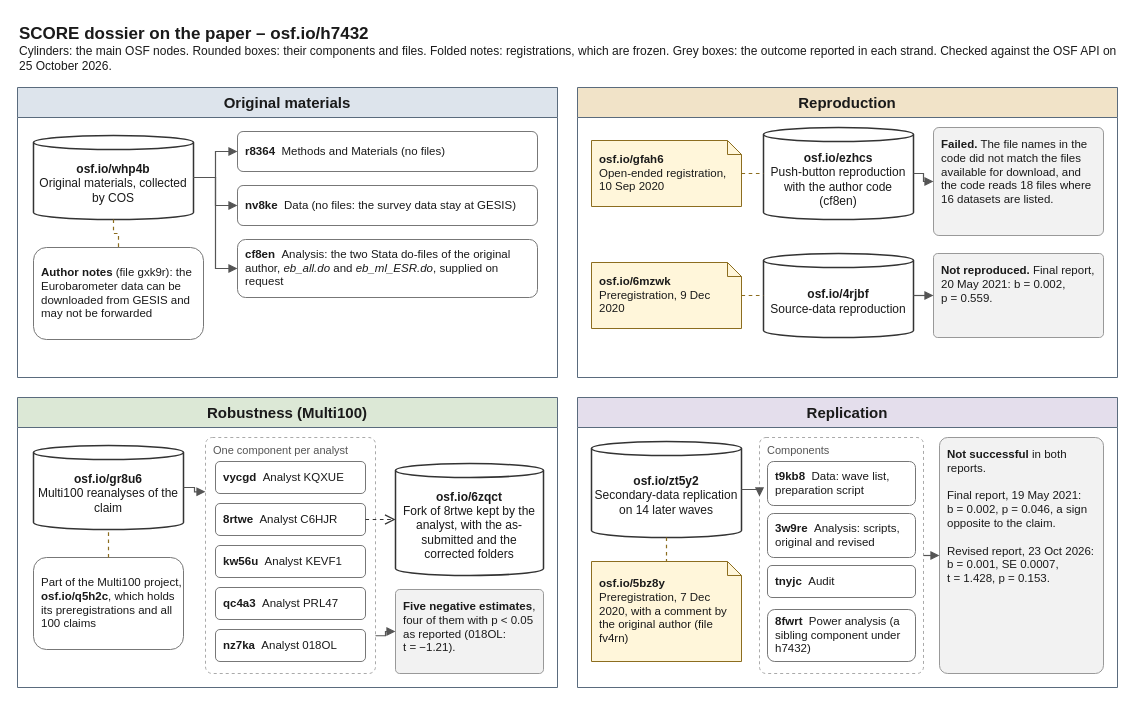
This is assets/diagrams/score-teney-osf.drawio from CodeMoreh/ar4ds-housing, a draw.io file, before an edit. Source tidied: cells renumbered, new cells numbered last; positions are measured from the earlier drawing's top-left corner, leaving out a move shared by most shapes. Both pictures are drawn from the tidied source at 100%, with x=0, y=0 at pixel (17, 17).
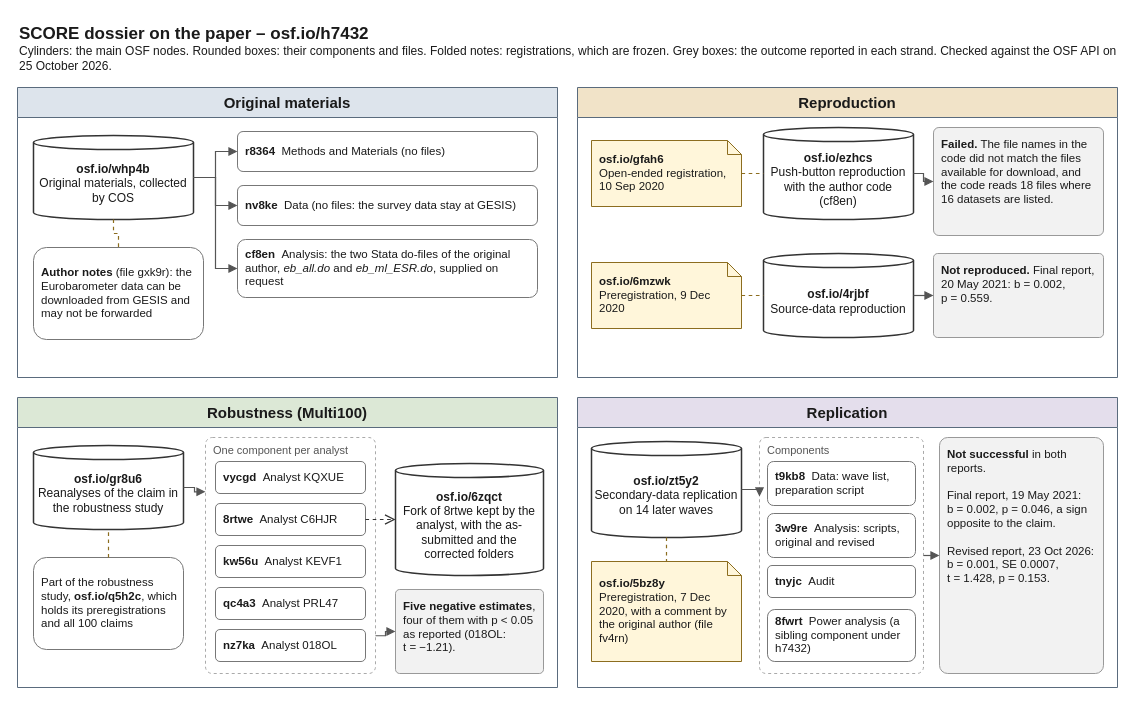
After the change.

Unchanged cells that the change refers to:
```xml
<mxCell id="24" value="Robustness (Multi100)" style="swimlane;startSize=30;html=1;whiteSpace=wrap;fontSize=15;fontStyle=1;fontColor=#1A1A1A;strokeColor=#5A6B7D;swimlaneFillColor=#FFFFFF;fillColor=#DCE8D6;rounded=0;" parent="1" vertex="1">
  <mxGeometry y="380" width="540" height="290" as="geometry" />
</mxCell>
```

What changed in the source:
```diff
@@
-    <mxCell id="25" value="&lt;b&gt;osf.io/gr8u6&lt;/b&gt;&lt;br&gt;Multi100 reanalyses of the claim" style="shape=cylinder3;whiteSpace=wrap;html=1;boundedLbl=1;backgroundOutline=1;size=7;fillColor=#FFFFFF;strokeColor=#333333;strokeWidth=1.5;fontSize=12;fontColor=#1A1A1A;spacing=4;" parent="24" vertex="1">
+    <mxCell id="25" value="&lt;b&gt;osf.io/gr8u6&lt;/b&gt;&lt;br&gt;Reanalyses of the claim in the robustness study" style="shape=cylinder3;whiteSpace=wrap;html=1;boundedLbl=1;backgroundOutline=1;size=7;fillColor=#FFFFFF;strokeColor=#333333;strokeWidth=1.5;fontSize=12;fontColor=#1A1A1A;spacing=4;" parent="24" vertex="1">
       <mxGeometry x="16" y="48" width="150" height="84" as="geometry" />
     </mxCell>
-    <mxCell id="26" value="Part of the Multi100 project, &lt;b&gt;osf.io/q5h2c&lt;/b&gt;, which holds its preregistrations and all 100 claims" style="rounded=1;arcSize=14;whiteSpace=wrap;html=1;fillColor=#FFFFFF;strokeColor=#777777;fontSize=11.5;fontColor=#1A1A1A;align=left;spacingLeft=6;" parent="24" vertex="1">
+    <mxCell id="26" value="Part of the robustness study, &lt;b&gt;osf.io/q5h2c&lt;/b&gt;, which holds its preregistrations and all 100 claims" style="rounded=1;arcSize=14;whiteSpace=wrap;html=1;fillColor=#FFFFFF;strokeColor=#777777;fontSize=11.5;fontColor=#1A1A1A;align=left;spacingLeft=6;" parent="24" vertex="1">
       <mxGeometry x="16" y="160" width="150" height="92" as="geometry" />
     </mxCell>
```
